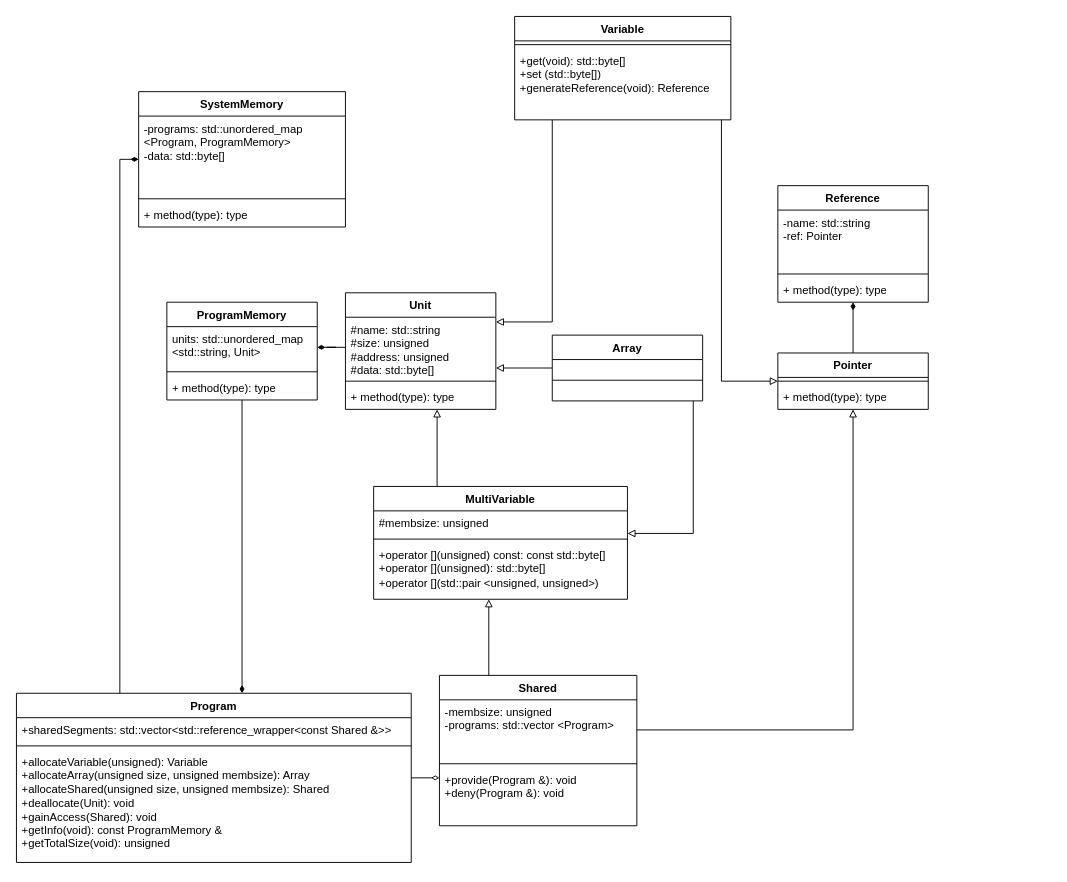
The draw.io diagram oop_lab3_uml.drawio in molchanov71/MEPhIflowcharts, before the edit. Source tidied: cells renumbered, new cells numbered last; positions are measured from the earlier drawing's top-left corner, leaving out a move shared by most shapes. Both pictures are drawn from the tidied source at 94%, with x=0, y=0 at pixel (16, 16).
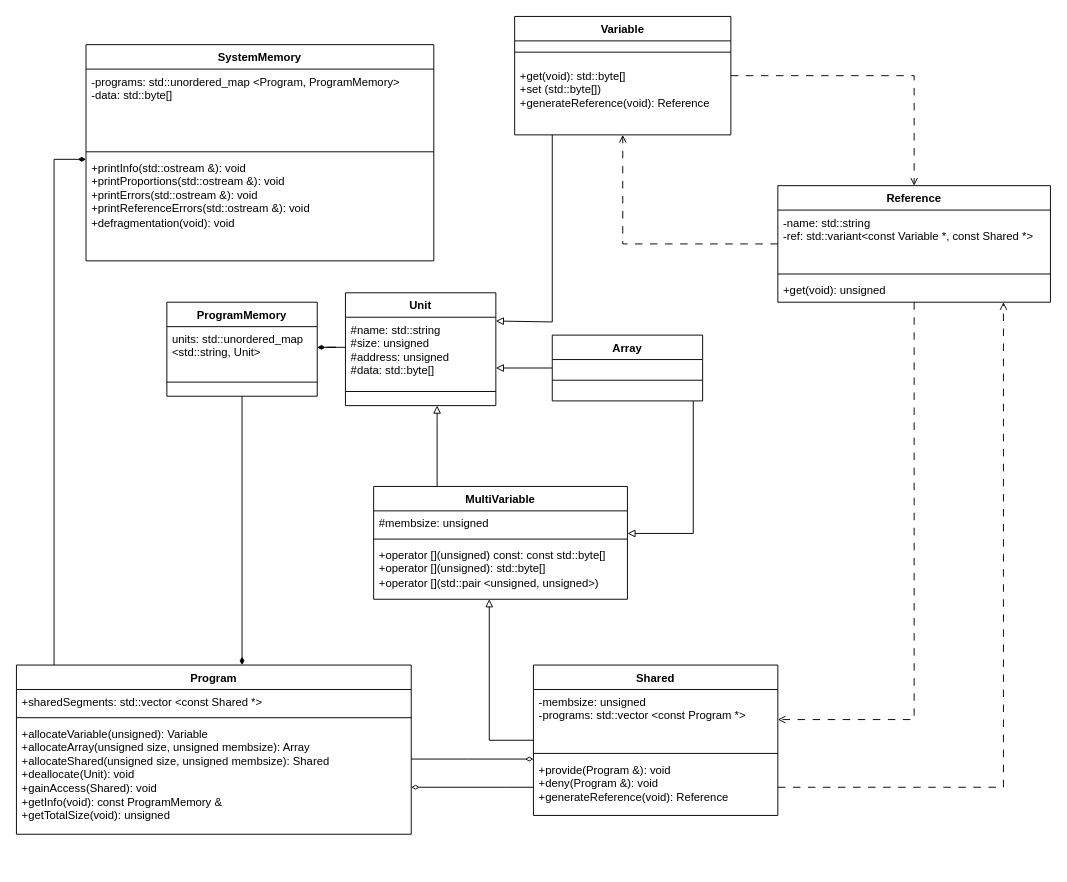
The same page after the edit.

The change refers to these unchanged cells:
```xml
<mxCell id="46" value="MultiVariable" style="swimlane;fontStyle=1;align=center;verticalAlign=top;horizontal=1;startSize=26;whiteSpace=wrap;html=1;" parent="1" vertex="1">
  <mxGeometry x="380" y="500" width="270" height="120" as="geometry" />
</mxCell>
```

Change to the diagram source:
```diff
@@
     <mxCell id="2" value="Unit" style="swimlane;fontStyle=1;align=center;verticalAlign=top;horizontal=1;startSize=26;whiteSpace=wrap;html=1;" parent="1" vertex="1">
-      <mxGeometry x="350" y="294" width="160" height="124" as="geometry" />
+      <mxGeometry x="350" y="294" width="160" height="120" as="geometry" />
     </mxCell>
@@
     <mxCell id="4" style="line;strokeWidth=1;fillColor=none;align=left;verticalAlign=middle;spacingTop=-1;spacingLeft=3;spacingRight=3;labelPosition=right;strokeColor=inherit;" parent="2" vertex="1">
-      <mxGeometry y="90" width="160" height="8" as="geometry" />
+      <mxGeometry y="90" width="160" height="30" as="geometry" />
     </mxCell>
-    <mxCell id="5" value="+ method(type): type" style="text;strokeColor=none;fillColor=none;align=left;verticalAlign=top;spacingLeft=4;spacingRight=4;overflow=hidden;whiteSpace=wrap;html=1;" parent="2" vertex="1">
-      <mxGeometry y="98" width="160" height="26" as="geometry" />
-    </mxCell>
@@
-    <mxCell id="7" style="edgeStyle=orthogonalEdgeStyle;rounded=0;jettySize=auto;html=1;endArrow=block;endFill=0;" parent="1" edge="1" source="8" target="24">
-      <mxGeometry relative="1" as="geometry">
-        <Array as="points">
-          <mxPoint x="750" y="388" />
-        </Array>
-      </mxGeometry>
-    </mxCell>
+    <mxCell id="50" style="edgeStyle=orthogonalEdgeStyle;rounded=0;jettySize=auto;html=1;endArrow=open;endFill=0;dashed=1;dashPattern=8 8;" parent="1" edge="1" source="19" target="8">
+      <mxGeometry relative="1" as="geometry" />
+    </mxCell>
+    <mxCell id="51" style="edgeStyle=orthogonalEdgeStyle;rounded=0;jettySize=auto;html=1;dashed=1;dashPattern=8 8;endArrow=open;endFill=0;" parent="1" edge="1" source="8" target="19">
+      <mxGeometry relative="1" as="geometry" />
+    </mxCell>
     <mxCell id="8" value="Variable" style="swimlane;fontStyle=1;align=center;verticalAlign=top;horizontal=1;startSize=26;whiteSpace=wrap;html=1;" parent="1" vertex="1">
-      <mxGeometry x="530" width="230" height="110" as="geometry" />
+      <mxGeometry x="530" width="230" height="126" as="geometry" />
     </mxCell>
     <mxCell id="9" style="line;strokeWidth=1;fillColor=none;align=left;verticalAlign=middle;spacingTop=-1;spacingLeft=3;spacingRight=3;labelPosition=right;strokeColor=inherit;" parent="8" vertex="1">
-      <mxGeometry y="26" width="230" height="8" as="geometry" />
+      <mxGeometry y="26" width="230" height="24" as="geometry" />
     </mxCell>
     <mxCell id="10" value="+get(void): std::byte[]&lt;br&gt;+set (std::byte[])&lt;br&gt;+generateReference(void): Reference" style="text;strokeColor=none;fillColor=none;align=left;verticalAlign=top;spacingLeft=4;spacingRight=4;overflow=hidden;whiteSpace=wrap;html=1;" parent="8" vertex="1">
-      <mxGeometry y="34" width="230" height="76" as="geometry" />
+      <mxGeometry y="50" width="230" height="76" as="geometry" />
     </mxCell>
@@
-    <mxCell id="13" style="edgeStyle=orthogonalEdgeStyle;rounded=0;jettySize=auto;html=1;exitX=0.25;exitY=0;exitDx=0;exitDy=0;endArrow=block;endFill=0;" parent="1" edge="1" source="14" target="46">
+    <mxCell id="13" style="edgeStyle=orthogonalEdgeStyle;rounded=0;jettySize=auto;html=1;endArrow=block;endFill=0;" parent="1" edge="1" source="14" target="46">
       <mxGeometry relative="1" as="geometry">
         <Array as="points">
-          <mxPoint x="503" y="640" />
-          <mxPoint x="503" y="640" />
+          <mxPoint x="503" y="770" />
         </Array>
       </mxGeometry>
     </mxCell>
     <mxCell id="14" value="Shared" style="swimlane;fontStyle=1;align=center;verticalAlign=top;horizontal=1;startSize=26;whiteSpace=wrap;html=1;" parent="1" vertex="1">
-      <mxGeometry x="450" y="701" width="210" height="160" as="geometry" />
+      <mxGeometry x="550" y="690" width="260" height="160" as="geometry" />
     </mxCell>
-    <mxCell id="15" value="-membsize: unsigned&lt;div&gt;-programs: std::vector &amp;lt;Program&amp;gt;&lt;/div&gt;" style="text;strokeColor=none;fillColor=none;align=left;verticalAlign=top;spacingLeft=4;spacingRight=4;overflow=hidden;points=[[0,0.5],[1,0.5]];portConstraint=eastwest;whiteSpace=wrap;html=1;" parent="14" vertex="1">
-      <mxGeometry y="26" width="210" height="64" as="geometry" />
+    <mxCell id="15" value="-membsize: unsigned&lt;div&gt;-programs: std::vector &amp;lt;const Program *&amp;gt;&lt;/div&gt;" style="text;strokeColor=none;fillColor=none;align=left;verticalAlign=top;spacingLeft=4;spacingRight=4;overflow=hidden;points=[[0,0.5],[1,0.5]];portConstraint=eastwest;whiteSpace=wrap;html=1;" parent="14" vertex="1">
+      <mxGeometry y="26" width="260" height="64" as="geometry" />
     </mxCell>
     <mxCell id="16" style="line;strokeWidth=1;fillColor=none;align=left;verticalAlign=middle;spacingTop=-1;spacingLeft=3;spacingRight=3;labelPosition=right;strokeColor=inherit;" parent="14" vertex="1">
-      <mxGeometry y="90" width="210" height="8" as="geometry" />
+      <mxGeometry y="90" width="260" height="8" as="geometry" />
     </mxCell>
-    <mxCell id="17" value="+provide(Program &amp;amp;): void&lt;br&gt;+deny(Program &amp;amp;): void" style="text;strokeColor=none;fillColor=none;align=left;verticalAlign=top;spacingLeft=4;spacingRight=4;overflow=hidden;points=[[0,0.5],[1,0.5]];portConstraint=eastwest;whiteSpace=wrap;html=1;" parent="14" vertex="1">
-      <mxGeometry y="98" width="210" height="62" as="geometry" />
+    <mxCell id="17" value="+provide(Program &amp;amp;): void&lt;br&gt;+deny(Program &amp;amp;): void&lt;br&gt;+generateReference(void): Reference" style="text;strokeColor=none;fillColor=none;align=left;verticalAlign=top;spacingLeft=4;spacingRight=4;overflow=hidden;points=[[0,0.5],[1,0.5]];portConstraint=eastwest;whiteSpace=wrap;html=1;" parent="14" vertex="1">
+      <mxGeometry y="98" width="260" height="62" as="geometry" />
     </mxCell>
@@
     <mxCell id="19" value="Reference" style="swimlane;fontStyle=1;align=center;verticalAlign=top;horizontal=1;startSize=26;whiteSpace=wrap;html=1;" parent="1" vertex="1">
-      <mxGeometry x="810" y="180" width="160" height="124" as="geometry" />
+      <mxGeometry x="810" y="180" width="290" height="124" as="geometry" />
     </mxCell>
-    <mxCell id="20" value="-name: std::string&lt;div&gt;-ref: Pointer&lt;/div&gt;" style="text;strokeColor=none;fillColor=none;align=left;verticalAlign=top;spacingLeft=4;spacingRight=4;overflow=hidden;whiteSpace=wrap;html=1;" parent="19" vertex="1">
-      <mxGeometry y="26" width="160" height="64" as="geometry" />
+    <mxCell id="20" value="-name: std::string&lt;div&gt;-ref: std::variant&amp;lt;const Variable *, const Shared *&amp;gt;&lt;/div&gt;" style="text;strokeColor=none;fillColor=none;align=left;verticalAlign=top;spacingLeft=4;spacingRight=4;overflow=hidden;whiteSpace=wrap;html=1;" parent="19" vertex="1">
+      <mxGeometry y="26" width="290" height="64" as="geometry" />
     </mxCell>
     <mxCell id="21" style="line;strokeWidth=1;fillColor=none;align=left;verticalAlign=middle;spacingTop=-1;spacingLeft=3;spacingRight=3;labelPosition=right;strokeColor=inherit;" parent="19" vertex="1">
-      <mxGeometry y="90" width="160" height="8" as="geometry" />
+      <mxGeometry y="90" width="290" height="8" as="geometry" />
     </mxCell>
-    <mxCell id="22" value="+ method(type): type" style="text;strokeColor=none;fillColor=none;align=left;verticalAlign=top;spacingLeft=4;spacingRight=4;overflow=hidden;whiteSpace=wrap;html=1;" parent="19" vertex="1">
-      <mxGeometry y="98" width="160" height="26" as="geometry" />
+    <mxCell id="22" value="+get(void): unsigned" style="text;strokeColor=none;fillColor=none;align=left;verticalAlign=top;spacingLeft=4;spacingRight=4;overflow=hidden;whiteSpace=wrap;html=1;" parent="19" vertex="1">
+      <mxGeometry y="98" width="290" height="26" as="geometry" />
     </mxCell>
-    <mxCell id="23" style="edgeStyle=orthogonalEdgeStyle;rounded=0;jettySize=auto;html=1;endArrow=diamondThin;endFill=1;" parent="1" edge="1" source="24" target="19">
-      <mxGeometry relative="1" as="geometry" />
-    </mxCell>
-    <mxCell id="24" value="Pointer" style="swimlane;fontStyle=1;align=center;verticalAlign=top;horizontal=1;startSize=26;whiteSpace=wrap;html=1;" parent="1" vertex="1">
-      <mxGeometry x="810" y="358" width="160" height="60" as="geometry" />
-    </mxCell>
-    <mxCell id="25" style="line;strokeWidth=1;fillColor=none;align=left;verticalAlign=middle;spacingTop=-1;spacingLeft=3;spacingRight=3;labelPosition=right;strokeColor=inherit;" parent="24" vertex="1">
-      <mxGeometry y="26" width="160" height="8" as="geometry" />
-    </mxCell>
-    <mxCell id="26" value="+ method(type): type" style="text;strokeColor=none;fillColor=none;align=left;verticalAlign=top;spacingLeft=4;spacingRight=4;overflow=hidden;whiteSpace=wrap;html=1;" parent="24" vertex="1">
-      <mxGeometry y="34" width="160" height="26" as="geometry" />
-    </mxCell>
-    <mxCell id="27" style="edgeStyle=orthogonalEdgeStyle;rounded=0;jettySize=auto;html=1;exitX=1;exitY=0.5;exitDx=0;exitDy=0;endArrow=block;endFill=0;" parent="1" edge="1" source="15" target="24">
-      <mxGeometry relative="1" as="geometry" />
-    </mxCell>
     <mxCell id="28" value="ProgramMemory" style="swimlane;fontStyle=1;align=center;verticalAlign=top;horizontal=1;startSize=26;whiteSpace=wrap;html=1;" parent="1" vertex="1">
-      <mxGeometry x="160" y="304" width="160" height="104" as="geometry" />
+      <mxGeometry x="160" y="304" width="160" height="100" as="geometry" />
     </mxCell>
@@
     <mxCell id="30" style="line;strokeWidth=1;fillColor=none;align=left;verticalAlign=middle;spacingTop=-1;spacingLeft=3;spacingRight=3;labelPosition=right;strokeColor=inherit;" parent="28" vertex="1">
-      <mxGeometry y="70" width="160" height="8" as="geometry" />
+      <mxGeometry y="70" width="160" height="30" as="geometry" />
     </mxCell>
-    <mxCell id="31" value="+ method(type): type" style="text;strokeColor=none;fillColor=none;align=left;verticalAlign=top;spacingLeft=4;spacingRight=4;overflow=hidden;whiteSpace=wrap;html=1;" parent="28" vertex="1">
-      <mxGeometry y="78" width="160" height="26" as="geometry" />
-    </mxCell>
@@
     <mxCell id="33" value="SystemMemory" style="swimlane;fontStyle=1;align=center;verticalAlign=top;horizontal=1;startSize=26;whiteSpace=wrap;html=1;" parent="1" vertex="1">
-      <mxGeometry x="130" y="80" width="220" height="144" as="geometry" />
+      <mxGeometry x="74" y="30" width="370" height="230" as="geometry" />
     </mxCell>
     <mxCell id="34" value="-programs: std::unordered_map &amp;lt;Program, ProgramMemory&amp;gt;&lt;br&gt;-data: std::byte[]" style="text;strokeColor=none;fillColor=none;align=left;verticalAlign=top;spacingLeft=4;spacingRight=4;overflow=hidden;whiteSpace=wrap;html=1;" parent="33" vertex="1">
-      <mxGeometry y="26" width="220" height="84" as="geometry" />
+      <mxGeometry y="26" width="370" height="84" as="geometry" />
     </mxCell>
     <mxCell id="35" style="line;strokeWidth=1;fillColor=none;align=left;verticalAlign=middle;spacingTop=-1;spacingLeft=3;spacingRight=3;labelPosition=right;strokeColor=inherit;" parent="33" vertex="1">
-      <mxGeometry y="110" width="220" height="8" as="geometry" />
+      <mxGeometry y="110" width="370" height="8" as="geometry" />
     </mxCell>
-    <mxCell id="36" value="+ method(type): type" style="text;strokeColor=none;fillColor=none;align=left;verticalAlign=top;spacingLeft=4;spacingRight=4;overflow=hidden;whiteSpace=wrap;html=1;" parent="33" vertex="1">
-      <mxGeometry y="118" width="220" height="26" as="geometry" />
+    <mxCell id="36" value="+printInfo(std::ostream &amp;amp;): void&lt;br&gt;+printProportions(std::ostream &amp;amp;): void&lt;div&gt;+printErrors(std::ostream &amp;amp;): void&lt;br&gt;+printReferenceErrors(std::ostream &amp;amp;): void&lt;br&gt;+defragmentation(void): void&lt;/div&gt;" style="text;strokeColor=none;fillColor=none;align=left;verticalAlign=top;spacingLeft=4;spacingRight=4;overflow=hidden;whiteSpace=wrap;html=1;" parent="33" vertex="1">
+      <mxGeometry y="118" width="370" height="112" as="geometry" />
     </mxCell>
@@
     <mxCell id="38" style="edgeStyle=orthogonalEdgeStyle;rounded=0;jettySize=auto;html=1;endArrow=diamondThin;endFill=1;" parent="1" edge="1" source="40" target="33">
       <mxGeometry relative="1" as="geometry">
         <Array as="points">
-          <mxPoint x="110" y="740" />
-          <mxPoint x="110" y="152" />
+          <mxPoint x="40" y="152" />
         </Array>
       </mxGeometry>
     </mxCell>
     <mxCell id="39" style="edgeStyle=orthogonalEdgeStyle;rounded=0;jettySize=auto;html=1;endArrow=diamondThin;endFill=0;" parent="1" edge="1" source="40" target="14">
       <mxGeometry relative="1" as="geometry">
         <Array as="points">
-          <mxPoint x="410" y="781" />
-          <mxPoint x="410" y="781" />
+          <mxPoint x="480" y="790" />
+          <mxPoint x="480" y="790" />
         </Array>
       </mxGeometry>
     </mxCell>
     <mxCell id="40" value="Program" style="swimlane;fontStyle=1;align=center;verticalAlign=top;horizontal=1;startSize=26;whiteSpace=wrap;html=1;" parent="1" vertex="1">
-      <mxGeometry y="720" width="420" height="180" as="geometry" />
+      <mxGeometry y="690" width="420" height="180" as="geometry" />
     </mxCell>
-    <mxCell id="41" value="+sharedSegments: std::vector&amp;lt;std::reference_wrapper&amp;lt;const Shared &amp;amp;&amp;gt;&amp;gt;" style="text;strokeColor=none;fillColor=none;align=left;verticalAlign=top;spacingLeft=4;spacingRight=4;overflow=hidden;whiteSpace=wrap;html=1;" parent="40" vertex="1">
+    <mxCell id="41" value="+sharedSegments: std::vector &amp;lt;const Shared *&amp;gt;" style="text;strokeColor=none;fillColor=none;align=left;verticalAlign=top;spacingLeft=4;spacingRight=4;overflow=hidden;whiteSpace=wrap;html=1;" parent="40" vertex="1">
       <mxGeometry y="26" width="420" height="26" as="geometry" />
     </mxCell>
@@
+    <mxCell id="52" style="edgeStyle=orthogonalEdgeStyle;rounded=0;jettySize=auto;html=1;endArrow=diamondThin;endFill=0;" parent="1" edge="1" source="17" target="40">
+      <mxGeometry relative="1" as="geometry">
+        <Array as="points">
+          <mxPoint x="520" y="820" />
+          <mxPoint x="520" y="820" />
+        </Array>
+      </mxGeometry>
+    </mxCell>
+    <mxCell id="53" style="edgeStyle=orthogonalEdgeStyle;rounded=0;jettySize=auto;html=1;dashed=1;dashPattern=8 8;endArrow=open;endFill=0;" parent="1" edge="1" source="19" target="14">
+      <mxGeometry relative="1" as="geometry">
+        <Array as="points">
+          <mxPoint x="955" y="748" />
+        </Array>
+      </mxGeometry>
+    </mxCell>
+    <mxCell id="54" style="edgeStyle=orthogonalEdgeStyle;rounded=0;jettySize=auto;html=1;dashed=1;dashPattern=8 8;endArrow=open;endFill=0;" parent="1" edge="1" source="14" target="19">
+      <mxGeometry relative="1" as="geometry">
+        <Array as="points">
+          <mxPoint x="1050" y="820" />
+        </Array>
+      </mxGeometry>
+    </mxCell>
```
